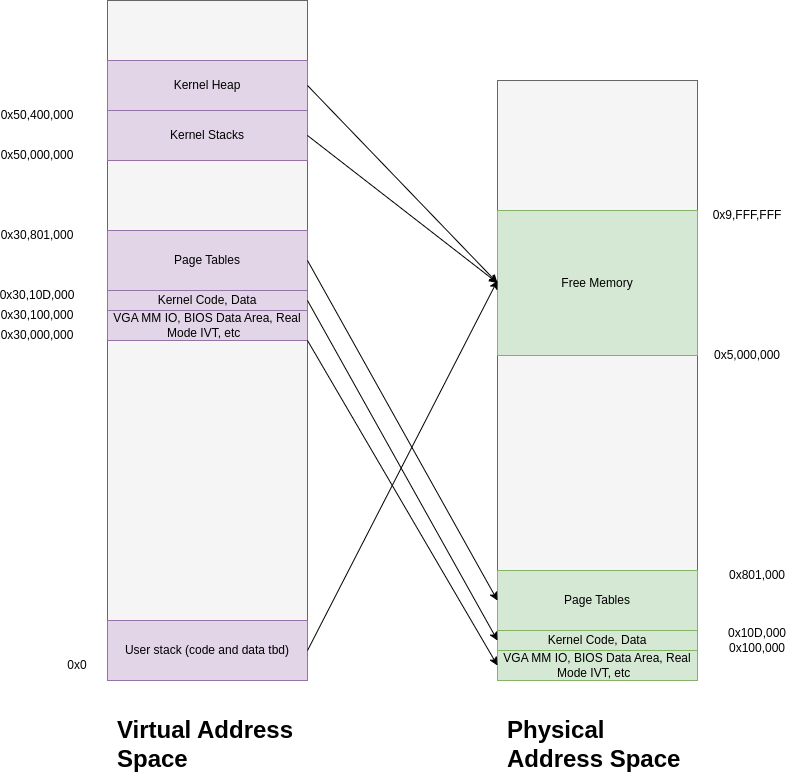
Earlier version of the draw.io export doc/addr_space.png (ScribbleDribble/c0re). Source tidied: cells renumbered, new cells last; positions are measured from the earlier drawing's top-left corner, leaving out a move shared by most shapes.
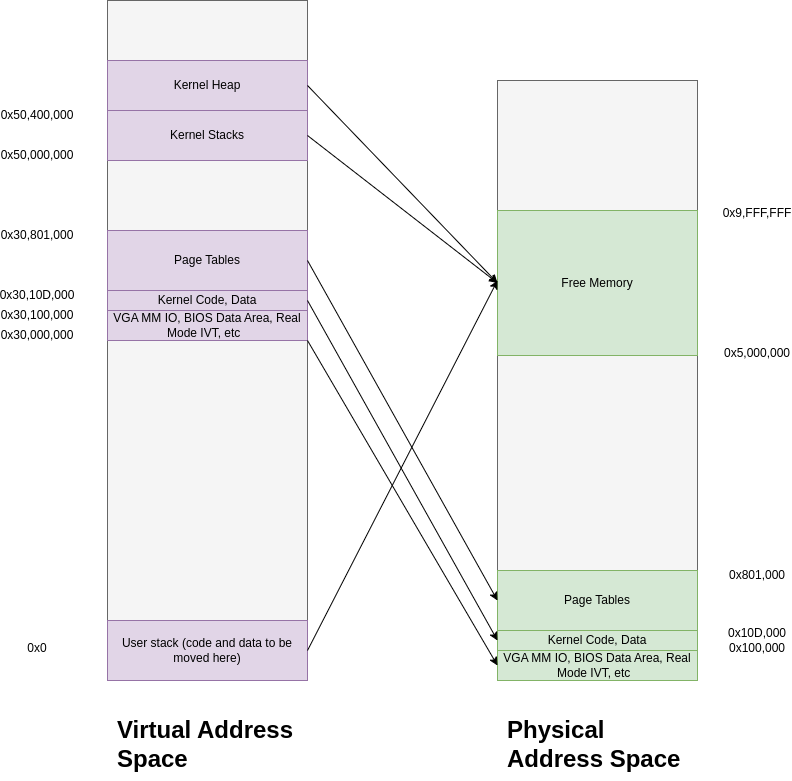
Above is the later version.

What changed in the source:
```diff
@@ -8,14 +8,14 @@
     <mxCell id="3" style="rounded=0;whiteSpace=wrap;html=1;fillColor=#f5f5f5;fontColor=#333333;strokeColor=#666666;" parent="1" vertex="1">
       <mxGeometry x="100" width="200" height="680" as="geometry" />
     </mxCell>
-    <mxCell id="4" value="User stack (code and data tbd)" style="rounded=0;whiteSpace=wrap;html=1;fillColor=#e1d5e7;strokeColor=#9673a6;" parent="1" vertex="1">
+    <mxCell id="4" value="User stack (code and data to be moved here)" style="rounded=0;whiteSpace=wrap;html=1;fillColor=#e1d5e7;strokeColor=#9673a6;" parent="1" vertex="1">
       <mxGeometry x="100" y="620" width="200" height="60" as="geometry" />
     </mxCell>
     <mxCell id="5" value="Kernel Code, Data" style="rounded=0;whiteSpace=wrap;html=1;fillColor=#e1d5e7;strokeColor=#9673a6;" parent="1" vertex="1">
       <mxGeometry x="100" y="290" width="200" height="20" as="geometry" />
     </mxCell>
     <mxCell id="6" value="0x0" style="text;html=1;strokeColor=none;fillColor=none;align=center;verticalAlign=middle;whiteSpace=wrap;rounded=0;" parent="1" vertex="1">
-      <mxGeometry x="40" y="650" width="60" height="30" as="geometry" />
+      <mxGeometry y="632.5" width="60" height="30" as="geometry" />
     </mxCell>
     <mxCell id="7" value="0x30,000,000" style="text;html=1;strokeColor=none;fillColor=none;align=center;verticalAlign=middle;whiteSpace=wrap;rounded=0;" parent="1" vertex="1">
       <mxGeometry y="320" width="60" height="30" as="geometry" />
@@ -84,10 +84,10 @@
       <mxGeometry relative="1" as="geometry" />
     </mxCell>
     <mxCell id="29" value="0x5,000,000" style="text;html=1;strokeColor=none;fillColor=none;align=center;verticalAlign=middle;whiteSpace=wrap;rounded=0;" parent="1" vertex="1">
-      <mxGeometry x="710" y="340" width="60" height="30" as="geometry" />
+      <mxGeometry x="720" y="337.5" width="60" height="30" as="geometry" />
     </mxCell>
     <mxCell id="30" value="0x9,FFF,FFF" style="text;html=1;strokeColor=none;fillColor=none;align=center;verticalAlign=middle;whiteSpace=wrap;rounded=0;" parent="1" vertex="1">
-      <mxGeometry x="710" y="200" width="60" height="30" as="geometry" />
+      <mxGeometry x="720" y="197.5" width="60" height="30" as="geometry" />
     </mxCell>
     <mxCell id="31" style="endArrow=classic;html=1;rounded=0;exitX=1;exitY=0.5;exitDx=0;exitDy=0;" parent="1" edge="1" source="4">
       <mxGeometry relative="1" as="geometry">
```
